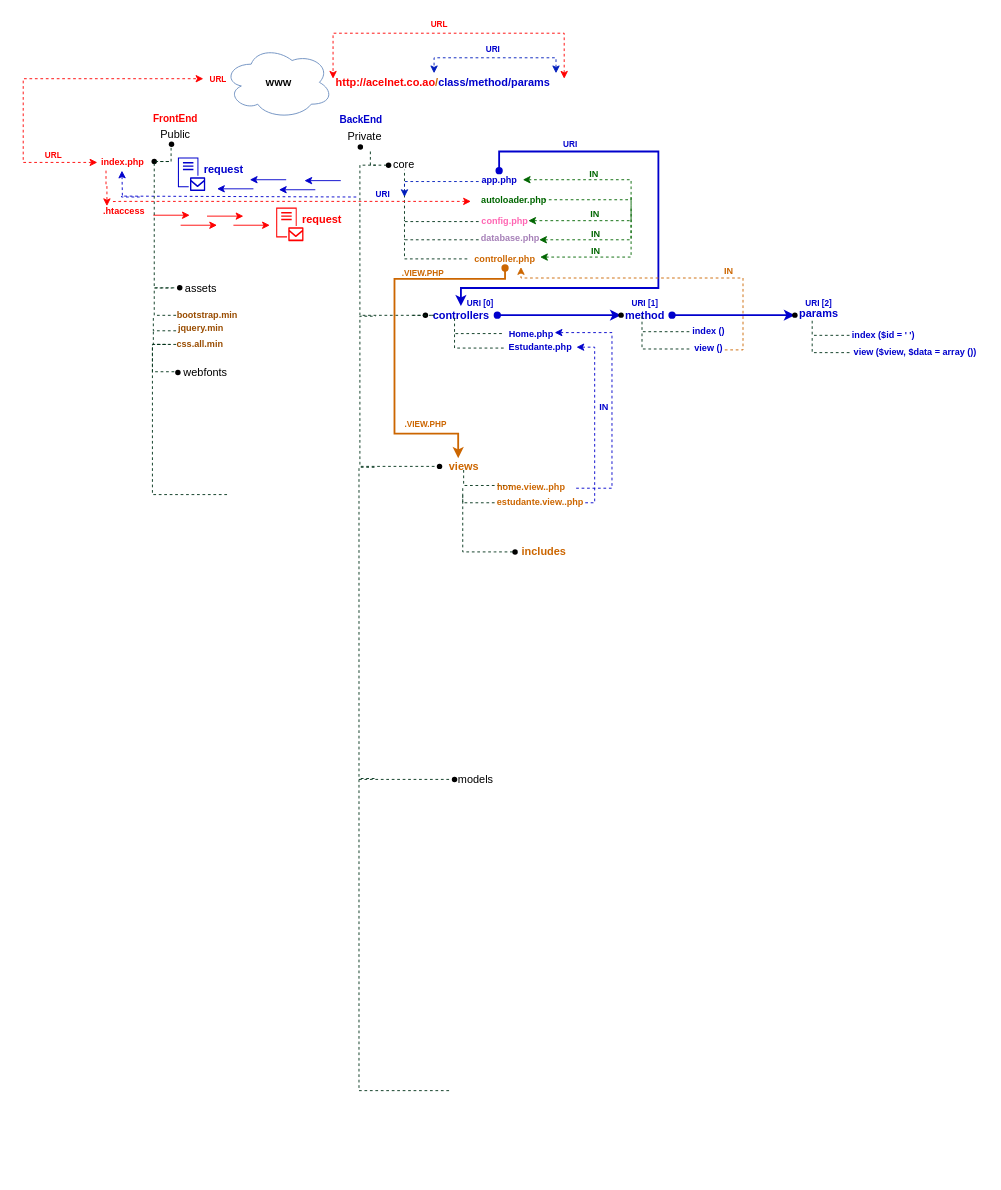
Above: material/Diagrama_acelnet_school.drawio in acaluege/acelnet_school (draw.io), before the change. Source tidied: cells renumbered, new cells numbered last; positions are measured from the earlier drawing's top-left corner, leaving out a move shared by most shapes. Both pictures are drawn from the tidied source at 91%, with x=0, y=0 at pixel (23, 15).
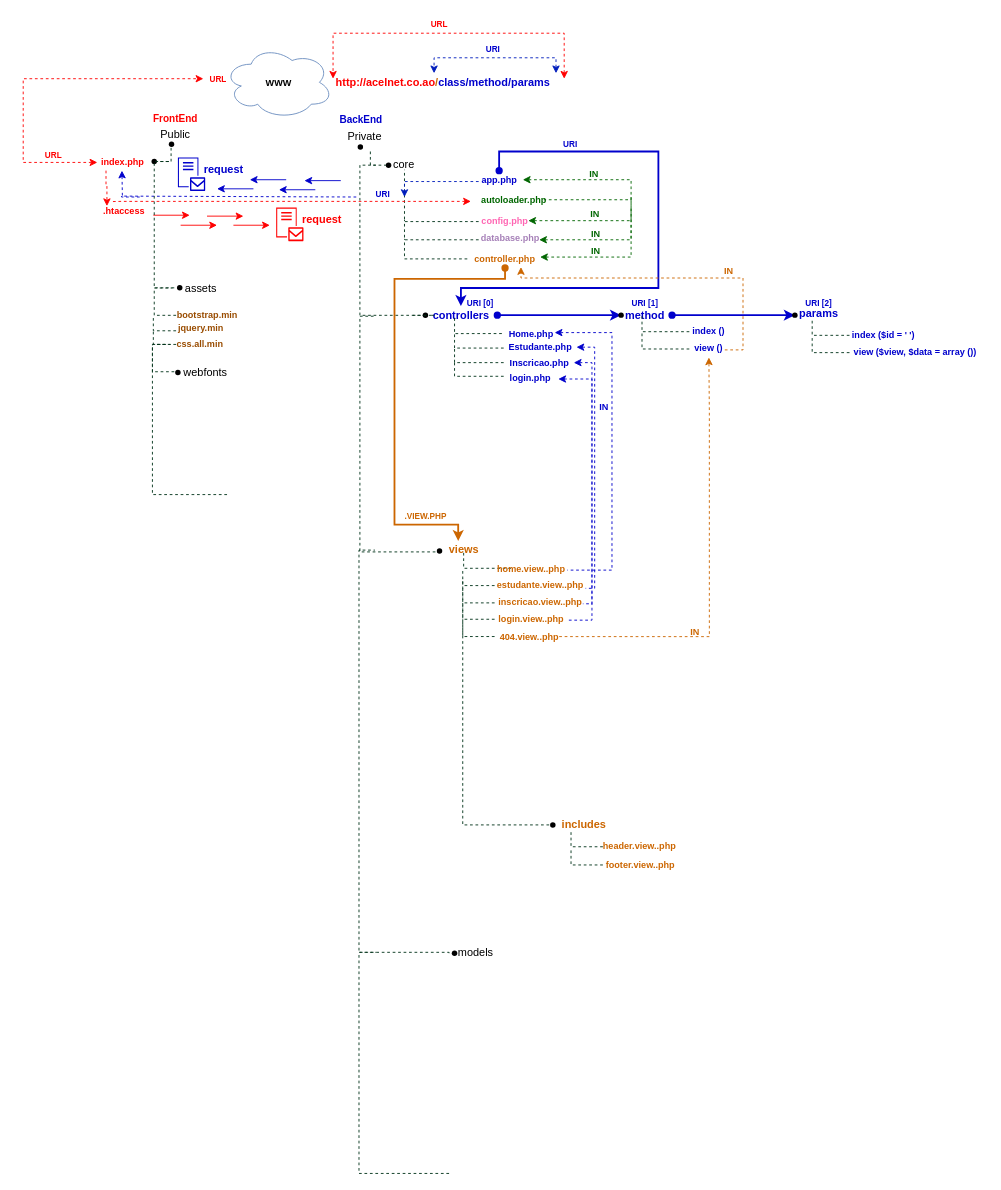
After the change.

Unchanged cells that the change refers to:
```xml
<mxCell id="49" value="controller.php" style="text;html=1;align=center;verticalAlign=middle;whiteSpace=wrap;rounded=0;fontStyle=1;fontSize=10;fontColor=#CC6600;" parent="1" vertex="1">
  <mxGeometry x="497" y="256.5" width="65" height="20.5" as="geometry" />
</mxCell>
<mxCell id="98" value="view ()" style="text;html=1;align=center;verticalAlign=middle;whiteSpace=wrap;rounded=0;fontStyle=1;fontSize=10;fontColor=#0000CC;" parent="1" vertex="1">
  <mxGeometry x="721" y="354.8" width="65" height="20.5" as="geometry" />
</mxCell>
```

What changed in the source:
```diff
@@
-    <mxCell id="36" style="edgeStyle=orthogonalEdgeStyle;rounded=0;orthogonalLoop=1;jettySize=auto;html=1;dashed=1;startArrow=none;startFill=0;endArrow=none;endFill=0;strokeColor=#00331A;strokeWidth=1;entryX=0.029;entryY=0.858;entryDx=0;entryDy=0;entryPerimeter=0;" parent="1" edge="1">
+    <mxCell id="36" style="edgeStyle=orthogonalEdgeStyle;rounded=0;jettySize=auto;html=1;dashed=1;startArrow=none;startFill=0;endArrow=none;endFill=0;strokeColor=#00331A;strokeWidth=1;entryX=0.029;entryY=0.858;entryDx=0;entryDy=0;entryPerimeter=0;" parent="1" edge="1" source="39">
       <mxGeometry relative="1" as="geometry">
-        <mxPoint x="452" y="495" as="sourcePoint" />
         <mxPoint x="387.5" y="330" as="targetPoint" />
         <Array as="points">
-          <mxPoint x="452" y="495" />
-          <mxPoint x="370" y="495" />
+          <mxPoint x="370" y="589" />
           <mxPoint x="370" y="330" />
         </Array>
       </mxGeometry>
     </mxCell>
-    <mxCell id="37" style="edgeStyle=orthogonalEdgeStyle;rounded=0;orthogonalLoop=1;jettySize=auto;html=1;dashed=1;startArrow=none;startFill=0;endArrow=none;endFill=0;strokeColor=#00331A;strokeWidth=1;entryX=0.029;entryY=0.858;entryDx=0;entryDy=0;entryPerimeter=0;" parent="1" edge="1">
+    <mxCell id="37" style="edgeStyle=orthogonalEdgeStyle;rounded=0;jettySize=auto;html=1;dashed=1;startArrow=none;startFill=0;endArrow=none;endFill=0;strokeColor=#00331A;strokeWidth=1;entryX=0.029;entryY=0.858;entryDx=0;entryDy=0;entryPerimeter=0;" parent="1" edge="1" source="42">
       <mxGeometry relative="1" as="geometry">
-        <mxPoint x="468" y="839" as="sourcePoint" />
-        <mxPoint x="386.5" y="496" as="targetPoint" />
+        <mxPoint x="386.5" y="587" as="targetPoint" />
         <Array as="points">
-          <mxPoint x="451" y="839" />
-          <mxPoint x="369" y="839" />
-          <mxPoint x="369" y="496" />
+          <mxPoint x="468" y="1030" />
+          <mxPoint x="468" y="1029" />
+          <mxPoint x="369" y="1029" />
+          <mxPoint x="369" y="587" />
         </Array>
       </mxGeometry>
     </mxCell>
@@
     <mxCell id="39" value="views" style="text;html=1;align=center;verticalAlign=middle;points=[];strokeColor=none;fillColor=none;fontSize=12;fontStyle=1;fontColor=#CC6600;" parent="1" vertex="1">
-      <mxGeometry x="459" y="486" width="50" height="20" as="geometry" />
+      <mxGeometry x="459" y="577" width="50" height="20" as="geometry" />
     </mxCell>
     <mxCell id="40" style="shape=waypoint;sketch=0;fillStyle=solid;size=6;fillColor=none;perimeter=centerPerimeter;fontSize=10;" parent="1" vertex="1">
-      <mxGeometry x="437.5" y="475" width="40" height="40" as="geometry" />
+      <mxGeometry x="437.5" y="568" width="40" height="40" as="geometry" />
     </mxCell>
     <mxCell id="41" value="models" style="text;html=1;align=center;verticalAlign=middle;strokeColor=none;fillColor=none;fontSize=12;" parent="1" vertex="1">
-      <mxGeometry x="472" y="829" width="50" height="20" as="geometry" />
+      <mxGeometry x="472" y="1020" width="50" height="20" as="geometry" />
     </mxCell>
     <mxCell id="42" style="shape=waypoint;sketch=0;fillStyle=solid;size=6;points=[];fillColor=none;perimeter=centerPerimeter;snapToPoint=1;fontSize=10;" parent="1" vertex="1">
-      <mxGeometry x="454" y="819" width="40" height="40" as="geometry" />
+      <mxGeometry x="454" y="1010" width="40" height="40" as="geometry" />
     </mxCell>
-    <mxCell id="43" style="edgeStyle=orthogonalEdgeStyle;rounded=0;orthogonalLoop=1;jettySize=auto;html=1;dashed=1;startArrow=none;startFill=0;endArrow=none;endFill=0;strokeColor=#00331A;strokeWidth=1;entryX=0.029;entryY=0.858;entryDx=0;entryDy=0;entryPerimeter=0;" parent="1" edge="1">
+    <mxCell id="43" style="edgeStyle=orthogonalEdgeStyle;rounded=0;orthogonalLoop=1;jettySize=auto;html=1;dashed=1;startArrow=none;startFill=0;endArrow=none;endFill=0;strokeColor=#00331A;strokeWidth=1;" parent="1" edge="1">
       <mxGeometry relative="1" as="geometry">
-        <mxPoint x="468" y="1181" as="sourcePoint" />
-        <mxPoint x="386.5" y="838" as="targetPoint" />
+        <mxPoint x="468" y="1272" as="sourcePoint" />
+        <mxPoint x="388" y="1029" as="targetPoint" />
         <Array as="points">
-          <mxPoint x="451" y="1181" />
-          <mxPoint x="369" y="1181" />
-          <mxPoint x="369" y="838" />
+          <mxPoint x="451" y="1272" />
+          <mxPoint x="369" y="1272" />
+          <mxPoint x="369" y="929" />
         </Array>
       </mxGeometry>
     </mxCell>
@@
     <mxCell id="48" style="edgeStyle=orthogonalEdgeStyle;rounded=0;jettySize=auto;html=1;fontColor=#CC6600;startArrow=oval;startFill=1;endArrow=classic;endFill=1;strokeColor=#CC6600;strokeWidth=2;" parent="1" edge="1" source="49" target="39">
       <mxGeometry relative="1" as="geometry">
         <Array as="points">
           <mxPoint x="530" y="289" />
           <mxPoint x="408" y="289" />
-          <mxPoint x="408" y="459" />
-          <mxPoint x="478" y="459" />
+          <mxPoint x="408" y="559" />
+          <mxPoint x="478" y="559" />
         </Array>
       </mxGeometry>
     </mxCell>
@@
     <mxCell id="73" style="edgeStyle=orthogonalEdgeStyle;rounded=0;orthogonalLoop=1;jettySize=auto;html=1;dashed=1;startArrow=none;startFill=0;endArrow=none;endFill=0;strokeColor=#00331A;strokeWidth=1;exitX=0;exitY=0.5;exitDx=0;exitDy=0;" parent="1" edge="1">
       <mxGeometry relative="1" as="geometry">
-        <mxPoint x="536" y="516" as="sourcePoint" />
-        <mxPoint x="484" y="497.8" as="targetPoint" />
+        <mxPoint x="536" y="607" as="sourcePoint" />
+        <mxPoint x="484" y="588.8" as="targetPoint" />
         <Array as="points">
-          <mxPoint x="484" y="515.8" />
+          <mxPoint x="484" y="606.8" />
         </Array>
       </mxGeometry>
     </mxCell>
     <mxCell id="74" value="home.view..php" style="text;html=1;align=center;verticalAlign=middle;whiteSpace=wrap;rounded=0;fontStyle=1;fontSize=10;fontColor=#CC6600;" parent="1" vertex="1">
-      <mxGeometry x="526" y="506.8" width="65" height="20.5" as="geometry" />
+      <mxGeometry x="526" y="597.8" width="65" height="20.5" as="geometry" />
     </mxCell>
     <mxCell id="75" value=".VIEW.PHP" style="text;html=1;align=center;verticalAlign=middle;strokeColor=none;fillColor=none;fontColor=#CC6600;fontSize=9;fontStyle=1;" parent="1" vertex="1">
-      <mxGeometry x="412" y="439" width="60" height="20" as="geometry" />
+      <mxGeometry x="412" y="540" width="60" height="20" as="geometry" />
     </mxCell>
-    <mxCell id="76" value=".VIEW.PHP" style="text;html=1;align=center;verticalAlign=middle;strokeColor=none;fillColor=none;fontColor=#CC6600;fontSize=9;fontStyle=1;" parent="1" vertex="1">
-      <mxGeometry x="408.5" y="273" width="60" height="20" as="geometry" />
-    </mxCell>
@@
     <mxCell id="89" value="estudante.view..php" style="text;html=1;align=center;verticalAlign=middle;whiteSpace=wrap;rounded=0;fontStyle=1;fontSize=10;fontColor=#CC6600;" parent="1" vertex="1">
-      <mxGeometry x="536" y="523.8" width="65" height="20.5" as="geometry" />
+      <mxGeometry x="536" y="614.8" width="65" height="20.5" as="geometry" />
     </mxCell>
     <mxCell id="90" style="edgeStyle=orthogonalEdgeStyle;rounded=0;orthogonalLoop=1;jettySize=auto;html=1;dashed=1;startArrow=none;startFill=0;endArrow=none;endFill=0;strokeColor=#00331A;strokeWidth=1;" parent="1" edge="1">
       <mxGeometry relative="1" as="geometry">
-        <mxPoint x="518" y="535" as="sourcePoint" />
-        <mxPoint x="483" y="516.8" as="targetPoint" />
+        <mxPoint x="518" y="626" as="sourcePoint" />
+        <mxPoint x="483" y="607.8" as="targetPoint" />
         <Array as="points">
-          <mxPoint x="483" y="534.8" />
+          <mxPoint x="483" y="625.8" />
         </Array>
       </mxGeometry>
     </mxCell>
@@
     <mxCell id="95" style="edgeStyle=orthogonalEdgeStyle;rounded=0;orthogonalLoop=1;jettySize=auto;html=1;dashed=1;startArrow=classic;startFill=1;endArrow=none;endFill=0;strokeColor=#0000CC;strokeWidth=1;fontColor=#006600;fillColor=#a0522d;" parent="1" edge="1">
       <mxGeometry relative="1" as="geometry">
         <mxPoint x="584" y="348" as="sourcePoint" />
-        <mxPoint x="607" y="519" as="targetPoint" />
+        <mxPoint x="598" y="609" as="targetPoint" />
         <Array as="points">
           <mxPoint x="647" y="348" />
-          <mxPoint x="647" y="519" />
+          <mxPoint x="647" y="609" />
+          <mxPoint x="607" y="609" />
         </Array>
       </mxGeometry>
     </mxCell>
@@
     <mxCell id="97" style="edgeStyle=orthogonalEdgeStyle;rounded=0;orthogonalLoop=1;jettySize=auto;html=1;dashed=1;startArrow=classic;startFill=1;endArrow=none;endFill=0;strokeColor=#0000CC;strokeWidth=1;fontColor=#006600;fillColor=#a0522d;" parent="1" edge="1">
       <mxGeometry relative="1" as="geometry">
         <mxPoint x="608" y="364" as="sourcePoint" />
-        <mxPoint x="617" y="535" as="targetPoint" />
+        <mxPoint x="618" y="629" as="targetPoint" />
         <Array as="points">
           <mxPoint x="628" y="364" />
-          <mxPoint x="628" y="535" />
+          <mxPoint x="628" y="629" />
         </Array>
       </mxGeometry>
     </mxCell>
@@
     <mxCell id="117" style="edgeStyle=orthogonalEdgeStyle;rounded=0;orthogonalLoop=1;jettySize=auto;html=1;dashed=1;startArrow=none;startFill=0;endArrow=none;endFill=0;strokeColor=#00331A;strokeWidth=1;" parent="1" edge="1">
       <mxGeometry relative="1" as="geometry">
-        <mxPoint x="538" y="589" as="sourcePoint" />
-        <mxPoint x="483" y="526.8" as="targetPoint" />
+        <mxPoint x="578" y="889" as="sourcePoint" />
+        <mxPoint x="483" y="617.8" as="targetPoint" />
         <Array as="points">
-          <mxPoint x="518" y="589" />
-          <mxPoint x="483" y="589" />
+          <mxPoint x="483" y="889" />
         </Array>
       </mxGeometry>
     </mxCell>
     <mxCell id="118" style="shape=waypoint;sketch=0;fillStyle=solid;size=6;fillColor=none;perimeter=centerPerimeter;fontSize=10;" parent="1" vertex="1">
-      <mxGeometry x="520.5" y="569" width="40" height="40" as="geometry" />
+      <mxGeometry x="562" y="869" width="40" height="40" as="geometry" />
     </mxCell>
     <mxCell id="119" value="includes" style="text;html=1;align=center;verticalAlign=middle;strokeColor=none;fillColor=none;fontSize=12;fontStyle=1;fontColor=#CC6600;" parent="1" vertex="1">
-      <mxGeometry x="542" y="579" width="60" height="20" as="geometry" />
+      <mxGeometry x="585.5" y="879" width="60" height="20" as="geometry" />
     </mxCell>
+    <mxCell id="120" style="edgeStyle=orthogonalEdgeStyle;rounded=0;orthogonalLoop=1;jettySize=auto;html=1;dashed=1;startArrow=none;startFill=0;endArrow=none;endFill=0;strokeColor=#00331A;strokeWidth=1;exitX=0;exitY=0.5;exitDx=0;exitDy=0;" parent="1" edge="1">
+      <mxGeometry relative="1" as="geometry">
+        <mxPoint x="528" y="381" as="sourcePoint" />
+        <mxPoint x="474" y="362.8" as="targetPoint" />
+        <Array as="points">
+          <mxPoint x="474" y="380.8" />
+        </Array>
+      </mxGeometry>
+    </mxCell>
+    <mxCell id="121" value="Inscricao.php" style="text;html=1;align=center;verticalAlign=middle;whiteSpace=wrap;rounded=0;fontStyle=1;fontSize=10;fontColor=#0000CC;" parent="1" vertex="1">
+      <mxGeometry x="535" y="370.8" width="65" height="20.5" as="geometry" />
+    </mxCell>
+    <mxCell id="122" style="edgeStyle=orthogonalEdgeStyle;rounded=0;orthogonalLoop=1;jettySize=auto;html=1;dashed=1;startArrow=none;startFill=0;endArrow=none;endFill=0;strokeColor=#00331A;strokeWidth=1;" parent="1" edge="1">
+      <mxGeometry relative="1" as="geometry">
+        <mxPoint x="518" y="645" as="sourcePoint" />
+        <mxPoint x="483" y="626.8" as="targetPoint" />
+        <Array as="points">
+          <mxPoint x="483" y="644.8" />
+        </Array>
+      </mxGeometry>
+    </mxCell>
+    <mxCell id="123" value="inscricao.view..php" style="text;html=1;align=center;verticalAlign=middle;whiteSpace=wrap;rounded=0;fontStyle=1;fontSize=10;fontColor=#CC6600;" parent="1" vertex="1">
+      <mxGeometry x="536" y="633.8" width="65" height="20.5" as="geometry" />
+    </mxCell>
+    <mxCell id="124" style="edgeStyle=orthogonalEdgeStyle;rounded=0;orthogonalLoop=1;jettySize=auto;html=1;dashed=1;startArrow=classic;startFill=1;endArrow=none;endFill=0;strokeColor=#0000CC;strokeWidth=1;fontColor=#006600;fillColor=#a0522d;" parent="1" edge="1">
+      <mxGeometry relative="1" as="geometry">
+        <mxPoint x="605" y="381" as="sourcePoint" />
+        <mxPoint x="615" y="646" as="targetPoint" />
+        <Array as="points">
+          <mxPoint x="625" y="381" />
+          <mxPoint x="625" y="646" />
+        </Array>
+      </mxGeometry>
+    </mxCell>
+    <mxCell id="125" style="edgeStyle=orthogonalEdgeStyle;rounded=0;orthogonalLoop=1;jettySize=auto;html=1;dashed=1;startArrow=none;startFill=0;endArrow=none;endFill=0;strokeColor=#00331A;strokeWidth=1;exitX=0;exitY=0.5;exitDx=0;exitDy=0;" parent="1" edge="1">
+      <mxGeometry relative="1" as="geometry">
+        <mxPoint x="528" y="396" as="sourcePoint" />
+        <mxPoint x="474" y="377.8" as="targetPoint" />
+        <Array as="points">
+          <mxPoint x="474" y="395.8" />
+        </Array>
+      </mxGeometry>
+    </mxCell>
+    <mxCell id="126" value="login.php" style="text;html=1;align=center;verticalAlign=middle;whiteSpace=wrap;rounded=0;fontStyle=1;fontSize=10;fontColor=#0000CC;" parent="1" vertex="1">
+      <mxGeometry x="524.5" y="387.5" width="65" height="20.5" as="geometry" />
+    </mxCell>
+    <mxCell id="127" style="edgeStyle=orthogonalEdgeStyle;rounded=0;orthogonalLoop=1;jettySize=auto;html=1;dashed=1;startArrow=none;startFill=0;endArrow=none;endFill=0;strokeColor=#00331A;strokeWidth=1;" parent="1" edge="1">
+      <mxGeometry relative="1" as="geometry">
+        <mxPoint x="518" y="663" as="sourcePoint" />
+        <mxPoint x="483" y="644.8" as="targetPoint" />
+        <Array as="points">
+          <mxPoint x="483" y="662.8" />
+        </Array>
+      </mxGeometry>
+    </mxCell>
+    <mxCell id="128" value="login.view..php" style="text;html=1;align=center;verticalAlign=middle;whiteSpace=wrap;rounded=0;fontStyle=1;fontSize=10;fontColor=#CC6600;" parent="1" vertex="1">
+      <mxGeometry x="526" y="652.8" width="65" height="20.5" as="geometry" />
+    </mxCell>
+    <mxCell id="129" style="edgeStyle=orthogonalEdgeStyle;rounded=0;orthogonalLoop=1;jettySize=auto;html=1;dashed=1;startArrow=classic;startFill=1;endArrow=none;endFill=0;strokeColor=#0000CC;strokeWidth=1;fontColor=#006600;fillColor=#a0522d;" parent="1" edge="1">
+      <mxGeometry relative="1" as="geometry">
+        <mxPoint x="588" y="399" as="sourcePoint" />
+        <mxPoint x="598" y="664" as="targetPoint" />
+        <Array as="points">
+          <mxPoint x="625" y="399" />
+          <mxPoint x="625" y="664" />
+        </Array>
+      </mxGeometry>
+    </mxCell>
+    <mxCell id="130" style="edgeStyle=orthogonalEdgeStyle;rounded=0;orthogonalLoop=1;jettySize=auto;html=1;dashed=1;startArrow=none;startFill=0;endArrow=none;endFill=0;strokeColor=#00331A;strokeWidth=1;" parent="1" edge="1">
+      <mxGeometry relative="1" as="geometry">
+        <mxPoint x="637" y="913" as="sourcePoint" />
+        <mxPoint x="602" y="894.8" as="targetPoint" />
+        <Array as="points">
+          <mxPoint x="602" y="912.8" />
+        </Array>
+      </mxGeometry>
+    </mxCell>
+    <mxCell id="131" value="header.view..php" style="text;html=1;align=center;verticalAlign=middle;whiteSpace=wrap;rounded=0;fontStyle=1;fontSize=10;fontColor=#CC6600;" parent="1" vertex="1">
+      <mxGeometry x="645" y="901.8" width="65" height="20.5" as="geometry" />
+    </mxCell>
+    <mxCell id="132" style="edgeStyle=orthogonalEdgeStyle;rounded=0;orthogonalLoop=1;jettySize=auto;html=1;dashed=1;startArrow=none;startFill=0;endArrow=none;endFill=0;strokeColor=#00331A;strokeWidth=1;" parent="1" edge="1">
+      <mxGeometry relative="1" as="geometry">
+        <mxPoint x="637" y="933" as="sourcePoint" />
+        <mxPoint x="602" y="914.8" as="targetPoint" />
+        <Array as="points">
+          <mxPoint x="602" y="932.8" />
+        </Array>
+      </mxGeometry>
+    </mxCell>
+    <mxCell id="133" value="footer.view..php" style="text;html=1;align=center;verticalAlign=middle;whiteSpace=wrap;rounded=0;fontStyle=1;fontSize=10;fontColor=#CC6600;" parent="1" vertex="1">
+      <mxGeometry x="646" y="922.8" width="65" height="20.5" as="geometry" />
+    </mxCell>
+    <mxCell id="134" style="edgeStyle=orthogonalEdgeStyle;rounded=0;orthogonalLoop=1;jettySize=auto;html=1;dashed=1;startArrow=none;startFill=0;endArrow=none;endFill=0;strokeColor=#00331A;strokeWidth=1;" parent="1" edge="1">
+      <mxGeometry relative="1" as="geometry">
+        <mxPoint x="518" y="682" as="sourcePoint" />
+        <mxPoint x="483" y="663.8" as="targetPoint" />
+        <Array as="points">
+          <mxPoint x="483" y="681.8" />
+        </Array>
+      </mxGeometry>
+    </mxCell>
+    <mxCell id="135" value="404.view..php" style="text;html=1;align=center;verticalAlign=middle;whiteSpace=wrap;rounded=0;fontStyle=1;fontSize=10;fontColor=#CC6600;" parent="1" vertex="1">
+      <mxGeometry x="524" y="671.8" width="65" height="20.5" as="geometry" />
+    </mxCell>
+    <mxCell id="136" style="edgeStyle=orthogonalEdgeStyle;rounded=0;jettySize=auto;html=1;dashed=1;startArrow=none;startFill=0;endArrow=classic;endFill=1;strokeColor=#CC6600;strokeWidth=1;fillColor=#a0522d;fontColor=#CC6600;entryX=0.5;entryY=1;entryDx=0;entryDy=0;exitX=1;exitY=0.5;exitDx=0;exitDy=0;" parent="1" edge="1" source="135" target="98">
+      <mxGeometry relative="1" as="geometry">
+        <Array as="points">
+          <mxPoint x="754" y="682" />
+          <mxPoint x="754" y="435" />
+        </Array>
+      </mxGeometry>
+    </mxCell>
+    <mxCell id="137" value="IN" style="text;html=1;align=center;verticalAlign=middle;strokeColor=none;fillColor=none;fontColor=#CC6600;fontStyle=1;fontSize=10;" parent="1" vertex="1">
+      <mxGeometry x="723" y="666.5" width="30" height="20" as="geometry" />
+    </mxCell>
```
